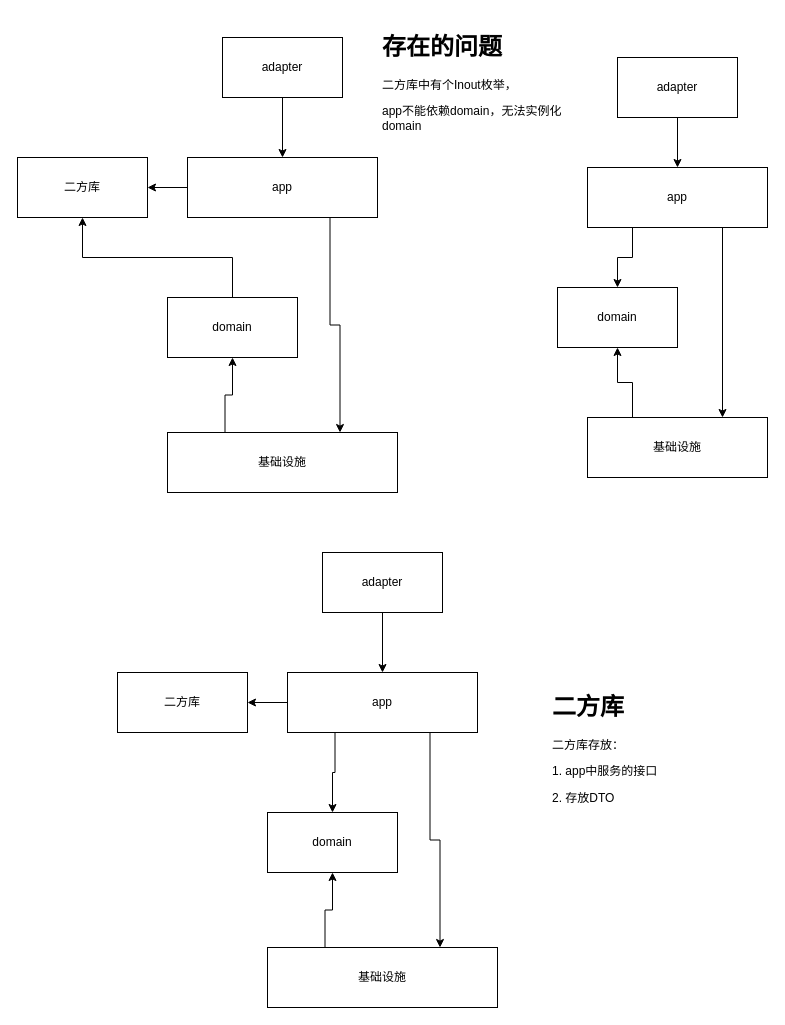
This is DDD与common架构.drawio from lipeng260/drawio, a draw.io file, before an edit. Source tidied: cells renumbered, new cells numbered last; positions are measured from the earlier drawing's top-left corner, leaving out a move shared by most shapes. Both pictures are drawn from the tidied source at 100%, with x=0, y=0 at pixel (17, 27).
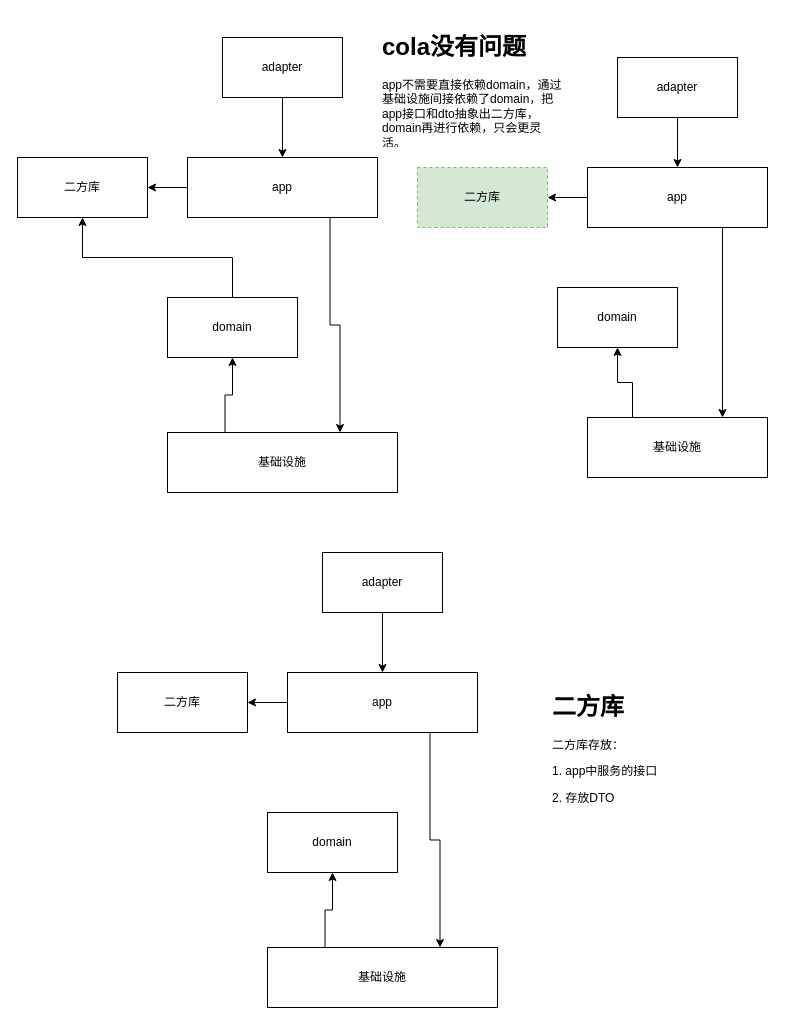
The same page after the edit.

Unchanged cells that the change refers to:
```xml
<mxCell id="2" value="domain" style="rounded=0;whiteSpace=wrap;html=1;" parent="1" vertex="1">
  <mxGeometry x="250" y="785" width="130" height="60" as="geometry" />
</mxCell>
<mxCell id="4" value="domain" style="rounded=0;whiteSpace=wrap;html=1;" parent="1" vertex="1">
  <mxGeometry x="540" y="260" width="120" height="60" as="geometry" />
</mxCell>
<mxCell id="7" value="app" style="rounded=0;whiteSpace=wrap;html=1;" parent="1" vertex="1">
  <mxGeometry x="570" y="140" width="180" height="60" as="geometry" />
</mxCell>
<mxCell id="15" value="app" style="rounded=0;whiteSpace=wrap;html=1;" parent="1" vertex="1">
  <mxGeometry x="270" y="645" width="190" height="60" as="geometry" />
</mxCell>
```

The edit, as a diff of the source:
```diff
@@
-    <mxCell id="5" style="edgeStyle=orthogonalEdgeStyle;rounded=0;jettySize=auto;html=1;exitX=0.25;exitY=1;exitDx=0;exitDy=0;" parent="1" edge="1" source="7" target="4">
-      <mxGeometry relative="1" as="geometry" />
-    </mxCell>
@@
+    <mxCell id="32" style="edgeStyle=orthogonalEdgeStyle;rounded=0;jettySize=auto;html=1;exitX=0;exitY=0.5;exitDx=0;exitDy=0;entryX=1;entryY=0.5;entryDx=0;entryDy=0;" parent="1" edge="1" source="7" target="33">
+      <mxGeometry relative="1" as="geometry" />
+    </mxCell>
@@
-    <mxCell id="13" style="edgeStyle=orthogonalEdgeStyle;rounded=0;jettySize=auto;html=1;exitX=0.25;exitY=1;exitDx=0;exitDy=0;" parent="1" edge="1" source="15" target="2">
-      <mxGeometry relative="1" as="geometry" />
-    </mxCell>
@@
-    <mxCell id="31" value="&lt;h1&gt;存在的问题&lt;/h1&gt;&lt;p&gt;二方库中有个Inout枚举，&lt;/p&gt;&lt;p&gt;app不能依赖domain，无法实例化domain&lt;/p&gt;" style="text;html=1;strokeColor=none;fillColor=none;spacing=5;spacingTop=-20;whiteSpace=wrap;overflow=hidden;rounded=0;" parent="1" vertex="1">
+    <mxCell id="31" value="&lt;h1&gt;cola没有问题&lt;/h1&gt;&lt;div&gt;app不需要直接依赖domain，通过基础设施间接依赖了domain，把app接口和dto抽象出二方库，domain再进行依赖，只会更灵活。&lt;/div&gt;" style="text;html=1;strokeColor=none;fillColor=none;spacing=5;spacingTop=-20;whiteSpace=wrap;overflow=hidden;rounded=0;" parent="1" vertex="1">
       <mxGeometry x="360" width="190" height="120" as="geometry" />
     </mxCell>
+    <mxCell id="33" value="二方库" style="rounded=0;whiteSpace=wrap;html=1;fillColor=#d5e8d4;strokeColor=#82b366;dashed=1;" parent="1" vertex="1">
+      <mxGeometry x="400" y="140" width="130" height="60" as="geometry" />
+    </mxCell>
```
